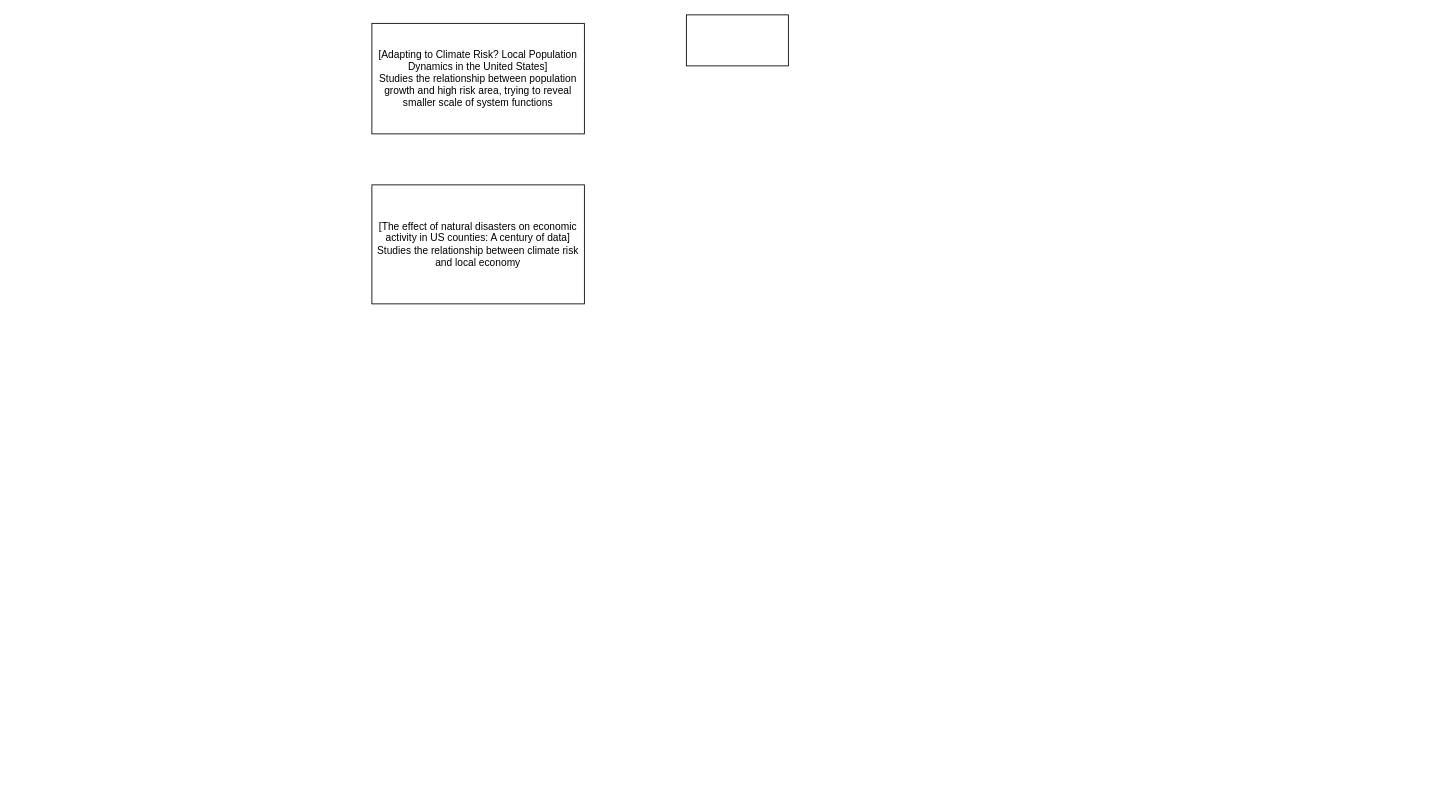
Before: RAwork-literature review.drawio in CaptainCCCP/Draw-io-cloud, a draw.io diagram. Source tidied: cells renumbered, new cells numbered last; positions are measured from the earlier drawing's top-left corner, leaving out a move shared by most shapes. Both pictures are drawn from the tidied source at 85%, with x=0, y=0 at pixel (371, 14).
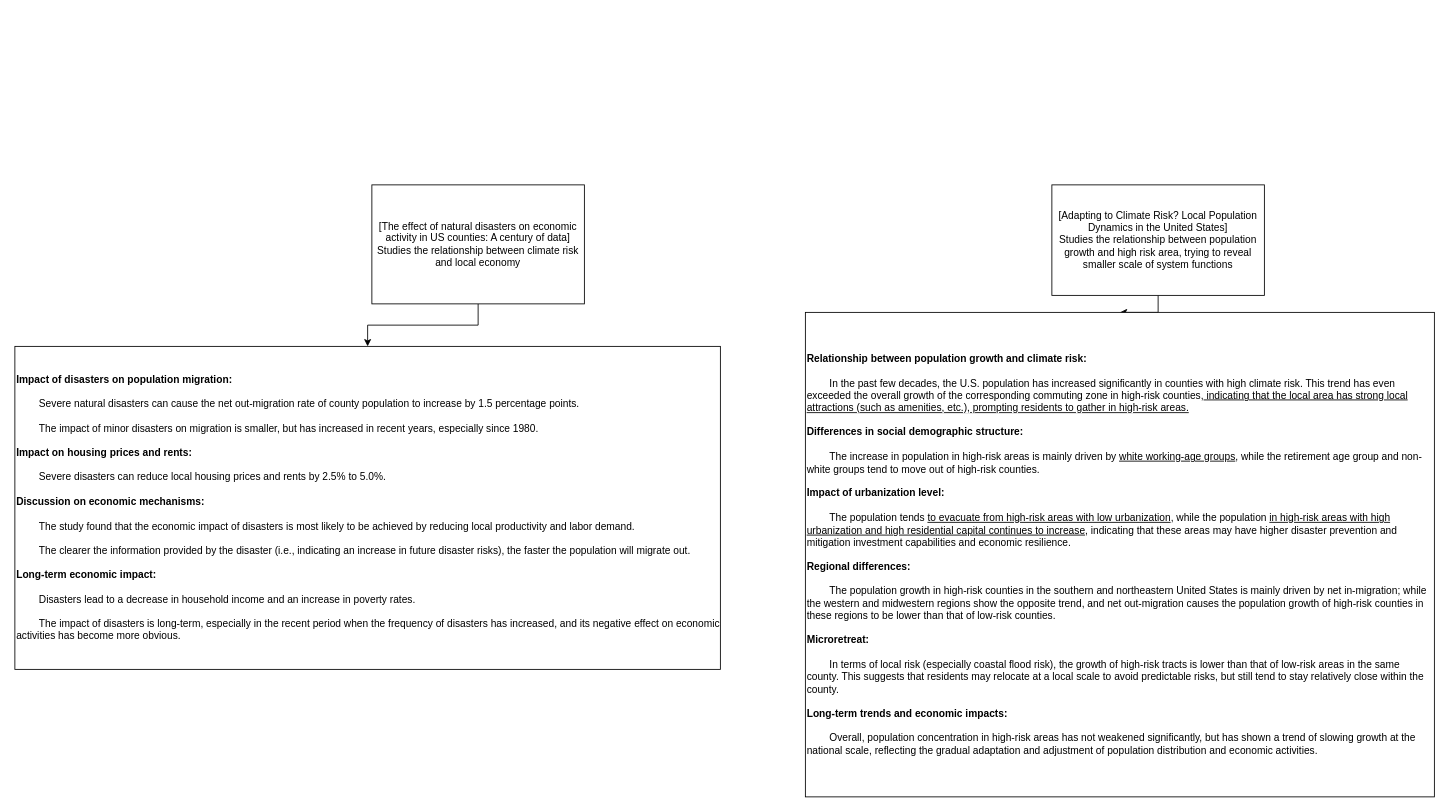
Above is the later version.

The edit, as a diff of the source:
```diff
@@
 <mxGraphModel>
   <root>
     <mxCell id="0" />
     <mxCell id="1" parent="0" />
+    <mxCell id="5" style="edgeStyle=orthogonalEdgeStyle;rounded=0;jettySize=auto;html=1;exitX=0.5;exitY=1;exitDx=0;exitDy=0;" parent="1" edge="1" source="2" target="4">
+      <mxGeometry relative="1" as="geometry" />
+    </mxCell>
     <mxCell id="2" value="[Adapting to Climate Risk? Local Population Dynamics in the United States]&lt;div&gt;Studies the relationship between population growth and high risk area, trying to reveal smaller scale of system functions&lt;/div&gt;" style="rounded=0;whiteSpace=wrap;html=1;" parent="1" vertex="1">
-      <mxGeometry y="10" width="250" height="130" as="geometry" />
+      <mxGeometry x="800" y="200" width="250" height="130" as="geometry" />
     </mxCell>
+    <mxCell id="6" style="edgeStyle=orthogonalEdgeStyle;rounded=0;jettySize=auto;html=1;exitX=0.5;exitY=1;exitDx=0;exitDy=0;entryX=0.5;entryY=0;entryDx=0;entryDy=0;" parent="1" edge="1" source="3" target="7">
+      <mxGeometry relative="1" as="geometry" />
+    </mxCell>
     <mxCell id="3" value="[The effect of natural disasters on economic activity in US counties: A century of data]&lt;div&gt;Studies the relationship between climate risk and local economy&lt;/div&gt;" style="rounded=0;whiteSpace=wrap;html=1;" parent="1" vertex="1">
       <mxGeometry y="200" width="250" height="140" as="geometry" />
     </mxCell>
-    <mxCell id="4" style="rounded=0;whiteSpace=wrap;html=1;" parent="1" vertex="1">
-      <mxGeometry x="370" width="120" height="60" as="geometry" />
+    <mxCell id="4" value="&lt;div&gt;&lt;b&gt;Relationship between population growth and climate risk:&lt;/b&gt;&lt;/div&gt;&lt;div&gt;&lt;br&gt;&lt;/div&gt;&lt;div&gt;&lt;span style=&quot;white-space: pre;&quot;&gt;&#9;&lt;/span&gt;In the past few decades, the U.S. population has increased significantly in counties with high climate risk. This trend has even exceeded the overall growth of the corresponding commuting zone in high-risk counties,&lt;u&gt; indicating that the local area has strong local attractions (such as amenities, etc.), prompting residents to gather in high-risk areas.&lt;/u&gt;&lt;/div&gt;&lt;div&gt;&lt;br&gt;&lt;/div&gt;&lt;div&gt;&lt;b&gt;Differences in social demographic structure:&lt;/b&gt;&lt;/div&gt;&lt;div&gt;&lt;br&gt;&lt;/div&gt;&lt;div&gt;&lt;span style=&quot;white-space: pre;&quot;&gt;&#9;&lt;/span&gt;The increase in population in high-risk areas is mainly driven by &lt;u&gt;white working-age groups&lt;/u&gt;, while the retirement age group and non-white groups tend to move out of high-risk counties.&lt;/div&gt;&lt;div&gt;&lt;br&gt;&lt;/div&gt;&lt;div&gt;&lt;b&gt;Impact of urbanization level:&lt;/b&gt;&lt;/div&gt;&lt;div&gt;&lt;br&gt;&lt;/div&gt;&lt;div&gt;&lt;span style=&quot;white-space: pre;&quot;&gt;&#9;&lt;/span&gt;The population tends &lt;u&gt;to evacuate from high-risk areas with low urbanization&lt;/u&gt;, while the population &lt;u&gt;in high-risk areas with high urbanization and high residential capital continues to increase&lt;/u&gt;, indicating that these areas may have higher disaster prevention and mitigation investment capabilities and economic resilience.&lt;/div&gt;&lt;div&gt;&lt;br&gt;&lt;/div&gt;&lt;div&gt;&lt;b&gt;Regional differences:&lt;/b&gt;&lt;/div&gt;&lt;div&gt;&lt;br&gt;&lt;/div&gt;&lt;div&gt;&lt;span style=&quot;white-space: pre;&quot;&gt;&#9;&lt;/span&gt;The population growth in high-risk counties in the southern and northeastern United States is mainly driven by net in-migration; while the western and midwestern regions show the opposite trend, and net out-migration causes the population growth of high-risk counties in these regions to be lower than that of low-risk counties.&lt;/div&gt;&lt;div&gt;&lt;br&gt;&lt;/div&gt;&lt;div&gt;&lt;b&gt;Microretreat:&lt;/b&gt;&lt;/div&gt;&lt;div&gt;&lt;br&gt;&lt;/div&gt;&lt;div&gt;&lt;span style=&quot;white-space: pre;&quot;&gt;&#9;&lt;/span&gt;In terms of local risk (especially coastal flood risk), the growth of high-risk tracts is lower than that of low-risk areas in the same county. This suggests that residents may relocate at a local scale to avoid predictable risks, but still tend to stay relatively close within the county.&lt;/div&gt;&lt;div&gt;&lt;br&gt;&lt;/div&gt;&lt;div&gt;&lt;b&gt;Long-term trends and economic impacts:&lt;/b&gt;&lt;/div&gt;&lt;div&gt;&lt;br&gt;&lt;/div&gt;&lt;div&gt;&lt;span style=&quot;white-space: pre;&quot;&gt;&#9;&lt;/span&gt;Overall, population concentration in high-risk areas has not weakened significantly, but has shown a trend of slowing growth at the national scale, reflecting the gradual adaptation and adjustment of population distribution and economic activities.&lt;/div&gt;" style="rounded=0;whiteSpace=wrap;html=1;align=left;" parent="1" vertex="1">
+      <mxGeometry x="510" y="350" width="740" height="570" as="geometry" />
     </mxCell>
+    <mxCell id="7" value="&lt;div&gt;&lt;b&gt;Impact of disasters on population migration:&lt;/b&gt;&lt;/div&gt;&lt;div&gt;&lt;br&gt;&lt;/div&gt;&lt;div&gt;&lt;span style=&quot;white-space: pre;&quot;&gt;&#9;&lt;/span&gt;Severe natural disasters can cause the net out-migration rate of county population to increase by 1.5 percentage points.&lt;/div&gt;&lt;div&gt;&lt;br&gt;&lt;/div&gt;&lt;div&gt;&lt;span style=&quot;white-space: pre;&quot;&gt;&#9;&lt;/span&gt;The impact of minor disasters on migration is smaller, but has increased in recent years, especially since 1980.&lt;/div&gt;&lt;div&gt;&lt;br&gt;&lt;/div&gt;&lt;div&gt;&lt;b&gt;Impact on housing prices and rents:&lt;/b&gt;&lt;/div&gt;&lt;div&gt;&lt;br&gt;&lt;/div&gt;&lt;div&gt;&lt;span style=&quot;white-space: pre;&quot;&gt;&#9;&lt;/span&gt;Severe disasters can reduce local housing prices and rents by 2.5% to 5.0%.&lt;/div&gt;&lt;div&gt;&lt;br&gt;&lt;/div&gt;&lt;div&gt;&lt;b&gt;Discussion on economic mechanisms:&lt;/b&gt;&lt;/div&gt;&lt;div&gt;&lt;br&gt;&lt;/div&gt;&lt;div&gt;&lt;span style=&quot;white-space: pre;&quot;&gt;&#9;&lt;/span&gt;The study found that the economic impact of disasters is most likely to be achieved by reducing local productivity and labor demand.&lt;/div&gt;&lt;div&gt;&lt;br&gt;&lt;/div&gt;&lt;div&gt;&lt;span style=&quot;white-space: pre;&quot;&gt;&#9;&lt;/span&gt;The clearer the information provided by the disaster (i.e., indicating an increase in future disaster risks), the faster the population will migrate out.&lt;/div&gt;&lt;div&gt;&lt;br&gt;&lt;/div&gt;&lt;div&gt;&lt;b&gt;Long-term economic impact:&lt;/b&gt;&lt;/div&gt;&lt;div&gt;&lt;br&gt;&lt;/div&gt;&lt;div&gt;&lt;span style=&quot;white-space: pre;&quot;&gt;&#9;&lt;/span&gt;Disasters lead to a decrease in household income and an increase in poverty rates.&lt;/div&gt;&lt;div&gt;&lt;br&gt;&lt;/div&gt;&lt;div&gt;&lt;span style=&quot;white-space: pre;&quot;&gt;&#9;&lt;/span&gt;The impact of disasters is long-term, especially in the recent period when the frequency of disasters has increased, and its negative effect on economic activities has become more obvious.&lt;/div&gt;" style="rounded=0;whiteSpace=wrap;html=1;align=left;" parent="1" vertex="1">
+      <mxGeometry x="-420" y="390" width="830" height="380" as="geometry" />
+    </mxCell>
   </root>
 </mxGraphModel>
```
